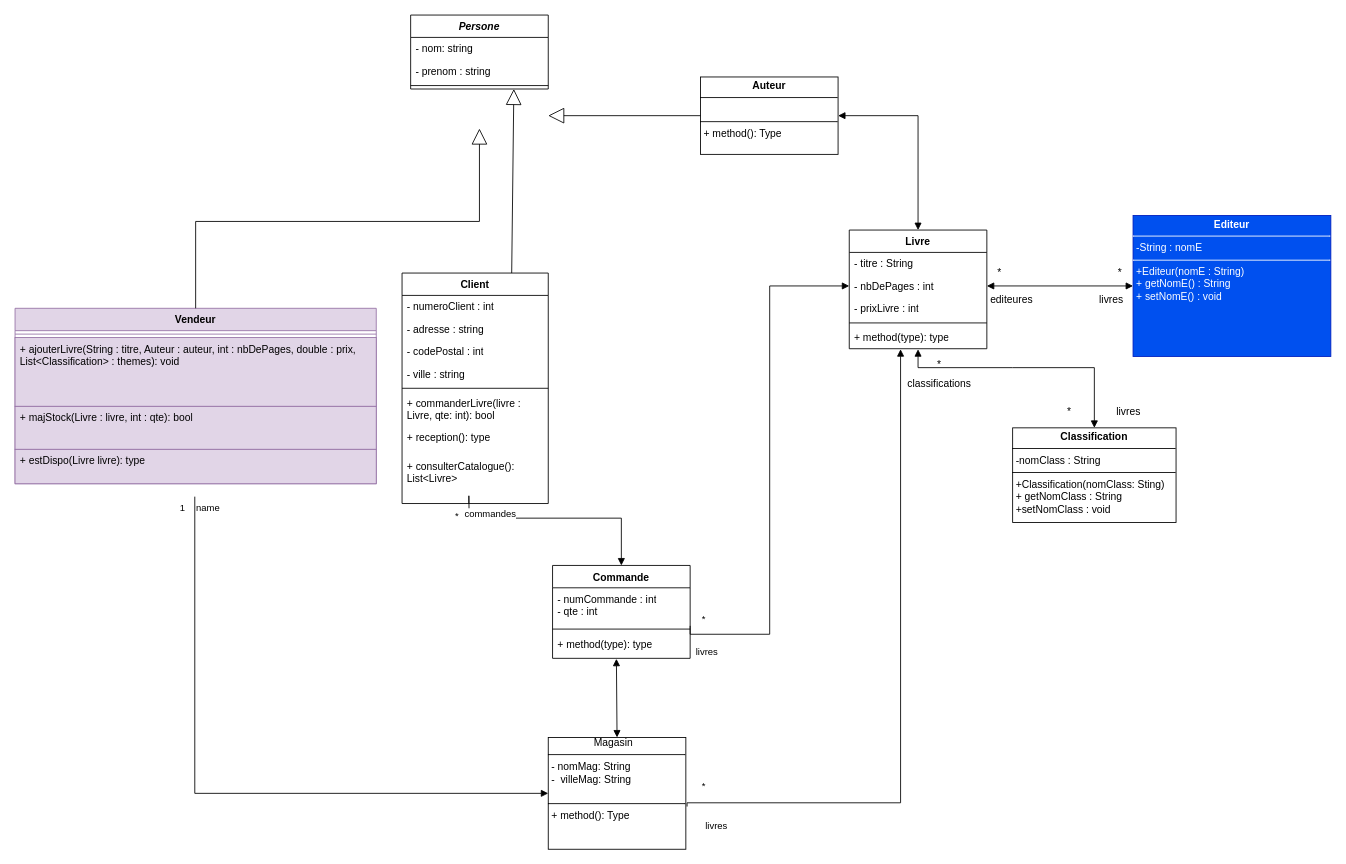
NolhanDolou/SAE_JAVA keeps this draw.io diagram as diagrammedeclasse.drawio. Above is the earlier version. Source tidied: cells renumbered, new cells numbered last; positions are measured from the earlier drawing's top-left corner, leaving out a move shared by most shapes. Both pictures are drawn from the tidied source at 86%, with x=0, y=0 at pixel (15, 15).
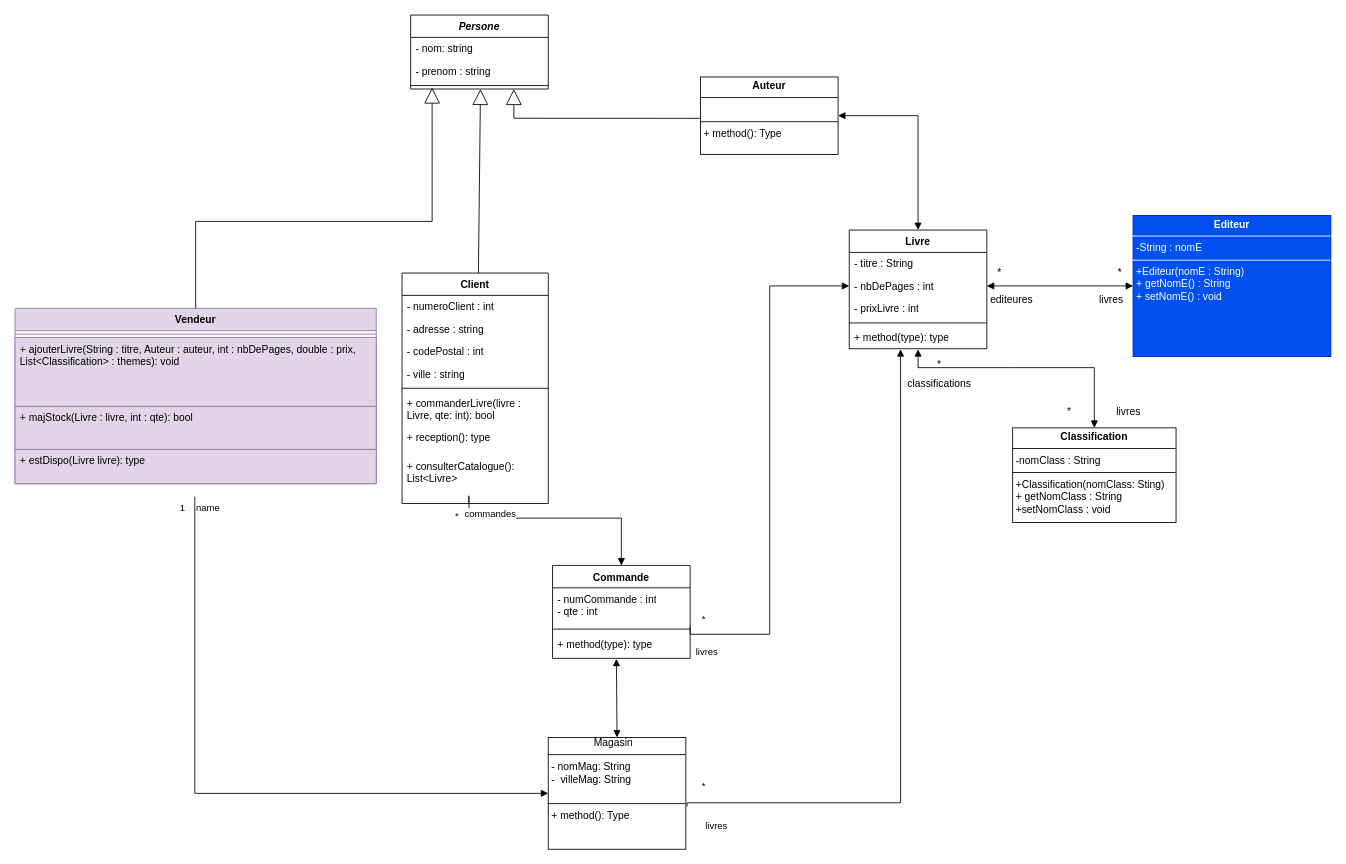
Above is the later version.

Unchanged cells that the change refers to:
```xml
<mxCell id="2" value="&lt;i&gt;Persone&lt;/i&gt;" style="swimlane;fontStyle=1;align=center;verticalAlign=top;horizontal=1;startSize=26;whiteSpace=wrap;html=1;" parent="1" vertex="1">
  <mxGeometry x="460" width="160" height="86" as="geometry" />
</mxCell>
<mxCell id="5" style="line;strokeWidth=1;fillColor=none;align=left;verticalAlign=middle;spacingTop=-1;spacingLeft=3;spacingRight=3;labelPosition=right;points=[];portConstraint=eastwest;strokeColor=inherit;" parent="2" vertex="1">
  <mxGeometry y="78" width="160" height="8" as="geometry" />
</mxCell>
<mxCell id="6" value="Client" style="swimlane;fontStyle=1;align=center;verticalAlign=top;horizontal=1;startSize=26;whiteSpace=wrap;html=1;" parent="1" vertex="1">
  <mxGeometry x="450" y="300" width="170" height="268" as="geometry" />
</mxCell>
<mxCell id="15" value="Vendeur" style="swimlane;fontStyle=1;align=center;verticalAlign=top;horizontal=1;startSize=26;whiteSpace=wrap;html=1;fillColor=#e1d5e7;strokeColor=#9673a6;" parent="1" vertex="1">
  <mxGeometry y="341" width="420" height="204" as="geometry" />
</mxCell>
<mxCell id="33" value="&lt;p style=&quot;margin:0px;margin-top:4px;text-align:center;&quot;&gt;&lt;b&gt;Auteur&lt;/b&gt;&lt;/p&gt;&lt;hr size=&quot;1&quot; style=&quot;border-style:solid;&quot;&gt;&lt;br&gt;&lt;hr size=&quot;1&quot; style=&quot;border-style:solid;&quot;&gt;&lt;p style=&quot;margin:0px;margin-left:4px;&quot;&gt;+ method(): Type&lt;/p&gt;" style="verticalAlign=top;align=left;overflow=fill;html=1;whiteSpace=wrap;" parent="1" vertex="1">
  <mxGeometry x="797" y="72" width="160" height="90" as="geometry" />
</mxCell>
```

Change to the diagram source:
```diff
@@
-    <mxCell id="41" style="endArrow=block;endSize=16;endFill=0;html=1;rounded=0;exitX=0;exitY=0.5;exitDx=0;exitDy=0;entryX=1;entryY=0.5;entryDx=0;entryDy=0;" parent="1" edge="1" source="33">
+    <mxCell id="41" style="endArrow=block;endSize=16;endFill=0;html=1;rounded=0;entryX=0.75;entryY=1;entryDx=0;entryDy=0;exitX=-0.001;exitY=0.535;exitDx=0;exitDy=0;exitPerimeter=0;" parent="1" edge="1" source="33" target="2">
       <mxGeometry relative="1" as="geometry">
-        <mxPoint x="620" y="117" as="targetPoint" />
+        <Array as="points">
+          <mxPoint x="580" y="120" />
+        </Array>
       </mxGeometry>
     </mxCell>
-    <mxCell id="42" style="endArrow=block;endSize=16;endFill=0;html=1;rounded=0;exitX=0.75;exitY=0;exitDx=0;exitDy=0;entryX=0.75;entryY=1;entryDx=0;entryDy=0;" parent="1" edge="1" source="6" target="2">
-      <mxGeometry relative="1" as="geometry" />
+    <mxCell id="42" style="endArrow=block;endSize=16;endFill=0;html=1;rounded=0;exitX=0.75;exitY=0;exitDx=0;exitDy=0;entryX=0.75;entryY=1;entryDx=0;entryDy=0;" parent="1" edge="1">
+      <mxGeometry relative="1" as="geometry">
+        <mxPoint x="538.8" y="300" as="sourcePoint" />
+        <mxPoint x="541.2" y="86" as="targetPoint" />
+      </mxGeometry>
     </mxCell>
-    <mxCell id="43" style="endArrow=block;endSize=16;endFill=0;html=1;rounded=0;exitX=0.5;exitY=0;exitDx=0;exitDy=0;entryX=0.5;entryY=1;entryDx=0;entryDy=0;entryPerimeter=0;" parent="1" edge="1" source="15">
+    <mxCell id="43" style="endArrow=block;endSize=16;endFill=0;html=1;rounded=0;exitX=0.5;exitY=0;exitDx=0;exitDy=0;entryX=0.156;entryY=0.794;entryDx=0;entryDy=0;entryPerimeter=0;" parent="1" edge="1" source="15" target="5">
       <mxGeometry relative="1" as="geometry">
-        <mxPoint x="540" y="132" as="targetPoint" />
         <Array as="points">
           <mxPoint x="210" y="240" />
-          <mxPoint x="540" y="240" />
+          <mxPoint x="485" y="240" />
         </Array>
       </mxGeometry>
     </mxCell>
```
